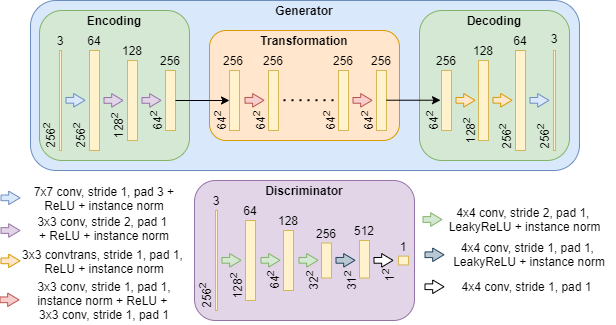
The draw.io diagram figures/GAN.png in simonamtoft/dl-computer-vision, before a commit. Source tidied: cells renumbered, new cells last; positions are measured from the earlier drawing's top-left corner, leaving out a move shared by most shapes.
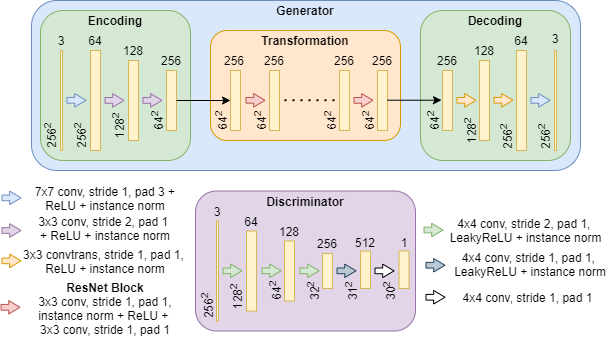
The same file after the commit.

Diff of the diagram source:
```diff
@@ -6,7 +6,7 @@
       <mxGeometry x="31" width="549" height="170" as="geometry" />
     </mxCell>
     <mxCell id="3" style="rounded=1;whiteSpace=wrap;html=1;fillColor=#e1d5e7;strokeColor=#9673a6;" parent="1" vertex="1">
-      <mxGeometry x="195" y="180" width="220" height="140" as="geometry" />
+      <mxGeometry x="195" y="190.5" width="220" height="140" as="geometry" />
     </mxCell>
     <mxCell id="4" style="rounded=1;whiteSpace=wrap;html=1;fillColor=#d5e8d4;strokeColor=#82b366;" parent="1" vertex="1">
       <mxGeometry x="40" y="10" width="150" height="150" as="geometry" />
@@ -98,13 +98,13 @@
     <mxCell id="28" value="256" style="text;html=1;strokeColor=none;fillColor=none;align=center;verticalAlign=middle;whiteSpace=wrap;rounded=0;" parent="1" vertex="1">
       <mxGeometry x="214" y="50" width="40" height="20" as="geometry" />
     </mxCell>
-    <mxCell id="29" value="3x3 conv, stride 1, pad 1,&lt;br&gt;instance norm + ReLU +&amp;nbsp;&lt;br&gt;3x3 conv, stride 1, pad 1" style="text;html=1;strokeColor=none;fillColor=none;align=center;verticalAlign=middle;whiteSpace=wrap;rounded=0;" parent="1" vertex="1">
-      <mxGeometry x="25" y="275.5" width="160" height="48" as="geometry" />
+    <mxCell id="29" value="&lt;b&gt;ResNet Block&lt;/b&gt;&lt;br&gt;3x3 conv, stride 1, pad 1,&lt;br&gt;instance norm + ReLU +&amp;nbsp;&lt;br&gt;3x3 conv, stride 1, pad 1" style="text;html=1;strokeColor=none;fillColor=none;align=center;verticalAlign=middle;whiteSpace=wrap;rounded=0;" parent="1" vertex="1">
+      <mxGeometry x="25" y="280.5" width="160" height="55.5" as="geometry" />
     </mxCell>
     <mxCell id="30" style="shape=flexArrow;endArrow=classic;html=1;width=5.714285714285714;endSize=3.442857142857143;endWidth=6.802721088435374;strokeColor=#b85450;rounded=1;shadow=0;sketch=0;startSize=6;fillColor=#f8cecc;" parent="1" edge="1">
       <mxGeometry relative="1" as="geometry">
-        <mxPoint y="299.3" as="sourcePoint" />
-        <mxPoint x="20" y="299.3" as="targetPoint" />
+        <mxPoint y="306.8" as="sourcePoint" />
+        <mxPoint x="20" y="306.8" as="targetPoint" />
       </mxGeometry>
     </mxCell>
     <mxCell id="31" style="shape=flexArrow;endArrow=classic;html=1;width=5.714285714285714;endSize=3.442857142857143;endWidth=6.802721088435374;strokeColor=#b85450;rounded=1;shadow=0;sketch=0;startSize=6;fillColor=#f8cecc;" parent="1" edge="1">
@@ -235,120 +235,120 @@
     </mxCell>
     <mxCell id="65" style="shape=flexArrow;endArrow=classic;html=1;width=5.714285714285714;endSize=3.442857142857143;endWidth=6.802721088435374;strokeColor=#82b366;rounded=1;shadow=0;sketch=0;startSize=6;fillColor=#d5e8d4;" parent="1" edge="1">
       <mxGeometry relative="1" as="geometry">
-        <mxPoint x="423" y="219" as="sourcePoint" />
-        <mxPoint x="443" y="219" as="targetPoint" />
+        <mxPoint x="423" y="229.5" as="sourcePoint" />
+        <mxPoint x="443" y="229.5" as="targetPoint" />
       </mxGeometry>
     </mxCell>
     <mxCell id="66" value="4x4 conv, stride 2, pad 1,&amp;nbsp; LeakyReLU + instance norm" style="text;html=1;strokeColor=none;fillColor=none;align=center;verticalAlign=middle;whiteSpace=wrap;rounded=0;" parent="1" vertex="1">
-      <mxGeometry x="445" y="206.8" width="161" height="25" as="geometry" />
+      <mxGeometry x="445" y="217.2" width="161" height="25" as="geometry" />
     </mxCell>
     <mxCell id="67" style="shape=flexArrow;endArrow=classic;html=1;width=5.714285714285714;endSize=3.442857142857143;endWidth=6.802721088435374;rounded=1;shadow=0;sketch=0;startSize=6;fillColor=#bac8d3;strokeColor=#23445d;" parent="1" edge="1">
       <mxGeometry relative="1" as="geometry">
-        <mxPoint x="425" y="254.2" as="sourcePoint" />
-        <mxPoint x="445" y="254.2" as="targetPoint" />
+        <mxPoint x="425" y="264.8" as="sourcePoint" />
+        <mxPoint x="445" y="264.8" as="targetPoint" />
       </mxGeometry>
     </mxCell>
     <mxCell id="68" value="4x4 conv, stride 1, pad 1,&amp;nbsp; LeakyReLU + instance norm" style="text;html=1;strokeColor=none;fillColor=none;align=center;verticalAlign=middle;whiteSpace=wrap;rounded=0;" parent="1" vertex="1">
-      <mxGeometry x="445" y="241.2" width="170" height="25" as="geometry" />
+      <mxGeometry x="445" y="251.8" width="170" height="25" as="geometry" />
     </mxCell>
     <mxCell id="69" style="shape=flexArrow;endArrow=classic;html=1;width=5.714285714285714;endSize=3.442857142857143;endWidth=6.802721088435374;rounded=1;shadow=0;sketch=0;startSize=6;fillColor=#ffffff;" parent="1" edge="1">
       <mxGeometry relative="1" as="geometry">
-        <mxPoint x="425" y="286.2" as="sourcePoint" />
-        <mxPoint x="445" y="286.2" as="targetPoint" />
+        <mxPoint x="425" y="296.8" as="sourcePoint" />
+        <mxPoint x="445" y="296.8" as="targetPoint" />
       </mxGeometry>
     </mxCell>
     <mxCell id="70" value="4x4 conv, stride 1, pad 1" style="text;html=1;strokeColor=none;fillColor=none;align=center;verticalAlign=middle;whiteSpace=wrap;rounded=0;" parent="1" vertex="1">
-      <mxGeometry x="454.5" y="279.2" width="145" height="14" as="geometry" />
+      <mxGeometry x="454.5" y="289.8" width="145" height="14" as="geometry" />
     </mxCell>
     <mxCell id="71" style="rounded=0;whiteSpace=wrap;html=1;fillColor=#fff2cc;strokeColor=#d6b656;" parent="1" vertex="1">
-      <mxGeometry x="216" y="210" width="2" height="100" as="geometry" />
+      <mxGeometry x="216" y="220.5" width="2" height="100" as="geometry" />
     </mxCell>
     <mxCell id="72" value="3" style="text;html=1;strokeColor=none;fillColor=none;align=center;verticalAlign=middle;whiteSpace=wrap;rounded=0;" parent="1" vertex="1">
-      <mxGeometry x="196.5" y="190" width="40" height="20" as="geometry" />
+      <mxGeometry x="196.5" y="200.5" width="40" height="20" as="geometry" />
     </mxCell>
     <mxCell id="73" value="256&lt;sup&gt;2&lt;/sup&gt;" style="text;html=1;strokeColor=none;fillColor=none;align=center;verticalAlign=middle;whiteSpace=wrap;rounded=0;rotation=-90;" parent="1" vertex="1">
-      <mxGeometry x="191" y="285" width="30" height="20" as="geometry" />
+      <mxGeometry x="191" y="295.5" width="30" height="20" as="geometry" />
     </mxCell>
     <mxCell id="74" style="shape=flexArrow;endArrow=classic;html=1;width=5.714285714285714;endSize=3.442857142857143;endWidth=6.802721088435374;strokeColor=#82b366;rounded=1;shadow=0;sketch=0;startSize=6;fillColor=#d5e8d4;" parent="1" edge="1">
       <mxGeometry relative="1" as="geometry">
-        <mxPoint x="222" y="259.8" as="sourcePoint" />
-        <mxPoint x="242" y="259.8" as="targetPoint" />
+        <mxPoint x="222" y="270.3" as="sourcePoint" />
+        <mxPoint x="242" y="270.3" as="targetPoint" />
       </mxGeometry>
     </mxCell>
     <mxCell id="75" value="64" style="text;html=1;strokeColor=none;fillColor=none;align=center;verticalAlign=middle;whiteSpace=wrap;rounded=0;" parent="1" vertex="1">
-      <mxGeometry x="231" y="200" width="40" height="20" as="geometry" />
+      <mxGeometry x="231" y="210.5" width="40" height="20" as="geometry" />
     </mxCell>
     <mxCell id="76" value="128&lt;sup&gt;2&lt;/sup&gt;" style="text;html=1;strokeColor=none;fillColor=none;align=center;verticalAlign=middle;whiteSpace=wrap;rounded=0;rotation=-90;" parent="1" vertex="1">
-      <mxGeometry x="221" y="275.5" width="30" height="20" as="geometry" />
+      <mxGeometry x="221" y="286" width="30" height="20" as="geometry" />
     </mxCell>
     <mxCell id="77" style="shape=flexArrow;endArrow=classic;html=1;width=5.714285714285714;endSize=3.442857142857143;endWidth=6.802721088435374;strokeColor=#82b366;rounded=1;shadow=0;sketch=0;startSize=6;fillColor=#d5e8d4;" parent="1" edge="1">
       <mxGeometry relative="1" as="geometry">
-        <mxPoint x="261" y="259.8" as="sourcePoint" />
-        <mxPoint x="281" y="259.8" as="targetPoint" />
+        <mxPoint x="261" y="270.3" as="sourcePoint" />
+        <mxPoint x="281" y="270.3" as="targetPoint" />
       </mxGeometry>
     </mxCell>
     <mxCell id="78" value="128" style="text;html=1;strokeColor=none;fillColor=none;align=center;verticalAlign=middle;whiteSpace=wrap;rounded=0;" parent="1" vertex="1">
-      <mxGeometry x="269" y="210" width="40" height="20" as="geometry" />
+      <mxGeometry x="269" y="220.5" width="40" height="20" as="geometry" />
     </mxCell>
     <mxCell id="79" value="64&lt;sup&gt;2&lt;/sup&gt;" style="text;html=1;strokeColor=none;fillColor=none;align=center;verticalAlign=middle;whiteSpace=wrap;rounded=0;rotation=-90;" parent="1" vertex="1">
-      <mxGeometry x="265.5" y="270" width="17" height="20" as="geometry" />
+      <mxGeometry x="265.5" y="280.5" width="17" height="20" as="geometry" />
     </mxCell>
     <mxCell id="80" style="shape=flexArrow;endArrow=classic;html=1;width=5.714285714285714;endSize=3.442857142857143;endWidth=6.802721088435374;strokeColor=#82b366;rounded=1;shadow=0;sketch=0;startSize=6;fillColor=#d5e8d4;" parent="1" edge="1">
       <mxGeometry relative="1" as="geometry">
-        <mxPoint x="299" y="259.8" as="sourcePoint" />
-        <mxPoint x="319" y="259.8" as="targetPoint" />
+        <mxPoint x="299" y="270.3" as="sourcePoint" />
+        <mxPoint x="319" y="270.3" as="targetPoint" />
       </mxGeometry>
     </mxCell>
     <mxCell id="81" style="rounded=0;whiteSpace=wrap;html=1;fillColor=#fff2cc;strokeColor=#d6b656;" parent="1" vertex="1">
-      <mxGeometry x="322" y="242.5" width="10" height="35" as="geometry" />
+      <mxGeometry x="322" y="253" width="10" height="35" as="geometry" />
     </mxCell>
     <mxCell id="82" value="256" style="text;html=1;strokeColor=none;fillColor=none;align=center;verticalAlign=middle;whiteSpace=wrap;rounded=0;" parent="1" vertex="1">
-      <mxGeometry x="307" y="222.5" width="40" height="20" as="geometry" />
+      <mxGeometry x="307" y="233" width="40" height="20" as="geometry" />
     </mxCell>
     <mxCell id="83" value="32&lt;sup&gt;2&lt;/sup&gt;" style="text;html=1;strokeColor=none;fillColor=none;align=center;verticalAlign=middle;whiteSpace=wrap;rounded=0;rotation=-90;" parent="1" vertex="1">
-      <mxGeometry x="303" y="270" width="19" height="20" as="geometry" />
+      <mxGeometry x="303" y="280.5" width="19" height="20" as="geometry" />
     </mxCell>
     <mxCell id="84" style="shape=flexArrow;endArrow=classic;html=1;width=5.714285714285714;endSize=3.442857142857143;endWidth=6.802721088435374;rounded=1;shadow=0;sketch=0;startSize=6;fillColor=#bac8d3;strokeColor=#23445d;" parent="1" edge="1">
       <mxGeometry relative="1" as="geometry">
-        <mxPoint x="336" y="259.8" as="sourcePoint" />
-        <mxPoint x="356" y="259.8" as="targetPoint" />
+        <mxPoint x="336" y="270.3" as="sourcePoint" />
+        <mxPoint x="356" y="270.3" as="targetPoint" />
       </mxGeometry>
     </mxCell>
     <mxCell id="85" style="rounded=0;whiteSpace=wrap;html=1;fillColor=#fff2cc;strokeColor=#d6b656;" parent="1" vertex="1">
-      <mxGeometry x="360" y="240" width="10" height="37.5" as="geometry" />
+      <mxGeometry x="360" y="250.5" width="10" height="37.5" as="geometry" />
     </mxCell>
     <mxCell id="86" style="rounded=0;whiteSpace=wrap;html=1;fillColor=#fff2cc;strokeColor=#d6b656;" parent="1" vertex="1">
-      <mxGeometry x="246" y="220" width="10" height="80" as="geometry" />
+      <mxGeometry x="246" y="230.5" width="10" height="80" as="geometry" />
     </mxCell>
     <mxCell id="87" style="rounded=0;whiteSpace=wrap;html=1;fillColor=#fff2cc;strokeColor=#d6b656;" parent="1" vertex="1">
-      <mxGeometry x="284" y="230" width="10" height="60" as="geometry" />
+      <mxGeometry x="284" y="240.5" width="10" height="60" as="geometry" />
     </mxCell>
     <mxCell id="88" value="512" style="text;html=1;strokeColor=none;fillColor=none;align=center;verticalAlign=middle;whiteSpace=wrap;rounded=0;" parent="1" vertex="1">
-      <mxGeometry x="345" y="220" width="40" height="20" as="geometry" />
+      <mxGeometry x="345" y="232" width="40" height="20" as="geometry" />
     </mxCell>
     <mxCell id="89" value="31&lt;sup&gt;2&lt;/sup&gt;" style="text;html=1;strokeColor=none;fillColor=none;align=center;verticalAlign=middle;whiteSpace=wrap;rounded=0;rotation=-90;" parent="1" vertex="1">
-      <mxGeometry x="341" y="270" width="19" height="20" as="geometry" />
+      <mxGeometry x="341" y="280.5" width="19" height="20" as="geometry" />
     </mxCell>
-    <mxCell id="90" style="rounded=0;whiteSpace=wrap;html=1;fillColor=#fff2cc;strokeColor=#d6b656;" parent="1" vertex="1">
-      <mxGeometry x="399" y="255.6" width="10" height="8.8" as="geometry" />
+    <mxCell id="90" value="1" style="text;html=1;strokeColor=none;fillColor=none;align=center;verticalAlign=middle;whiteSpace=wrap;rounded=0;" parent="1" vertex="1">
+      <mxGeometry x="384" y="231.8" width="40" height="20" as="geometry" />
     </mxCell>
-    <mxCell id="91" value="1" style="text;html=1;strokeColor=none;fillColor=none;align=center;verticalAlign=middle;whiteSpace=wrap;rounded=0;" parent="1" vertex="1">
-      <mxGeometry x="384" y="235.6" width="40" height="20" as="geometry" />
+    <mxCell id="91" style="shape=flexArrow;endArrow=classic;html=1;width=5.714285714285714;endSize=3.442857142857143;endWidth=6.802721088435374;rounded=1;shadow=0;sketch=0;startSize=6;fillColor=#ffffff;" parent="1" edge="1">
+      <mxGeometry relative="1" as="geometry">
+        <mxPoint x="374" y="270.4" as="sourcePoint" />
+        <mxPoint x="394" y="270.4" as="targetPoint" />
+      </mxGeometry>
     </mxCell>
-    <mxCell id="92" style="shape=flexArrow;endArrow=classic;html=1;width=5.714285714285714;endSize=3.442857142857143;endWidth=6.802721088435374;rounded=1;shadow=0;sketch=0;startSize=6;fillColor=#ffffff;" parent="1" edge="1">
-      <mxGeometry relative="1" as="geometry">
-        <mxPoint x="374" y="259.9" as="sourcePoint" />
-        <mxPoint x="394" y="259.9" as="targetPoint" />
-      </mxGeometry>
+    <mxCell id="92" value="&lt;sup&gt;&lt;span style=&quot;font-size: 12px&quot;&gt;30&lt;sup&gt;2&lt;/sup&gt;&lt;/span&gt;&lt;/sup&gt;" style="text;html=1;strokeColor=none;fillColor=none;align=center;verticalAlign=middle;whiteSpace=wrap;rounded=0;rotation=-90;" parent="1" vertex="1">
+      <mxGeometry x="381" y="280.5" width="19" height="20" as="geometry" />
     </mxCell>
-    <mxCell id="93" value="1&lt;sup&gt;2&lt;/sup&gt;" style="text;html=1;strokeColor=none;fillColor=none;align=center;verticalAlign=middle;whiteSpace=wrap;rounded=0;rotation=-90;" parent="1" vertex="1">
-      <mxGeometry x="380" y="264.4" width="19" height="20" as="geometry" />
+    <mxCell id="93" value="Discriminator" style="text;html=1;strokeColor=none;fillColor=none;align=center;verticalAlign=middle;whiteSpace=wrap;rounded=0;fontStyle=1;" parent="1" vertex="1">
+      <mxGeometry x="230" y="190.5" width="150" height="20" as="geometry" />
     </mxCell>
-    <mxCell id="94" value="Discriminator" style="text;html=1;strokeColor=none;fillColor=none;align=center;verticalAlign=middle;whiteSpace=wrap;rounded=0;fontStyle=1;" parent="1" vertex="1">
-      <mxGeometry x="230" y="180" width="150" height="20" as="geometry" />
+    <mxCell id="94" value="Generator" style="text;html=1;strokeColor=none;fillColor=none;align=center;verticalAlign=middle;whiteSpace=wrap;rounded=0;fontStyle=1;" parent="1" vertex="1">
+      <mxGeometry x="30" width="550" height="20" as="geometry" />
     </mxCell>
-    <mxCell id="95" value="Generator" style="text;html=1;strokeColor=none;fillColor=none;align=center;verticalAlign=middle;whiteSpace=wrap;rounded=0;fontStyle=1;" parent="1" vertex="1">
-      <mxGeometry x="30" width="550" height="20" as="geometry" />
+    <mxCell id="95" style="rounded=0;whiteSpace=wrap;html=1;fillColor=#fff2cc;strokeColor=#d6b656;" parent="1" vertex="1">
+      <mxGeometry x="398.5" y="250.5" width="10" height="37.5" as="geometry" />
     </mxCell>
   </root>
 </mxGraphModel>
```
